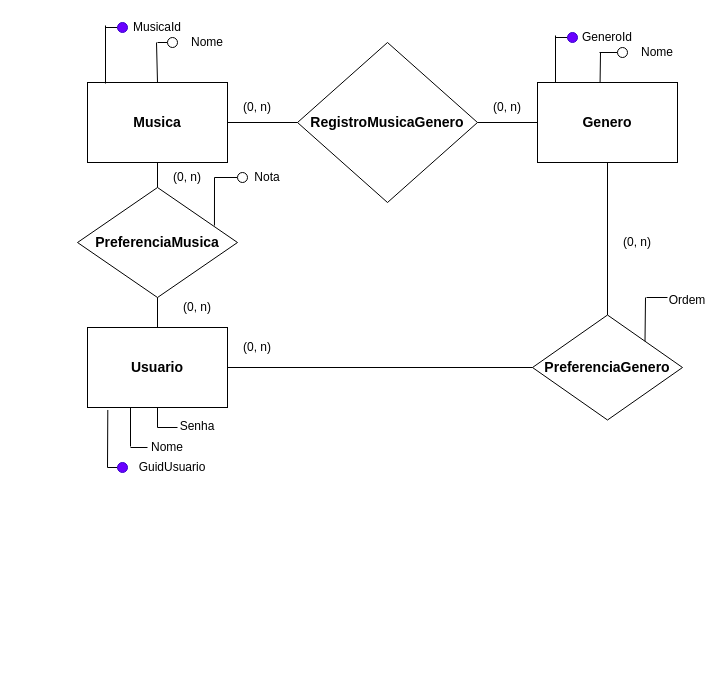
This is Logic Model.drawio from elnatantorres/recomendacao-de-musicas-db, a draw.io file, before an edit. Source tidied: cells renumbered, new cells numbered last; positions are measured from the earlier drawing's top-left corner, leaving out a move shared by most shapes. Both pictures are drawn from the tidied source at 100%, with x=0, y=0 at pixel (77, 17).
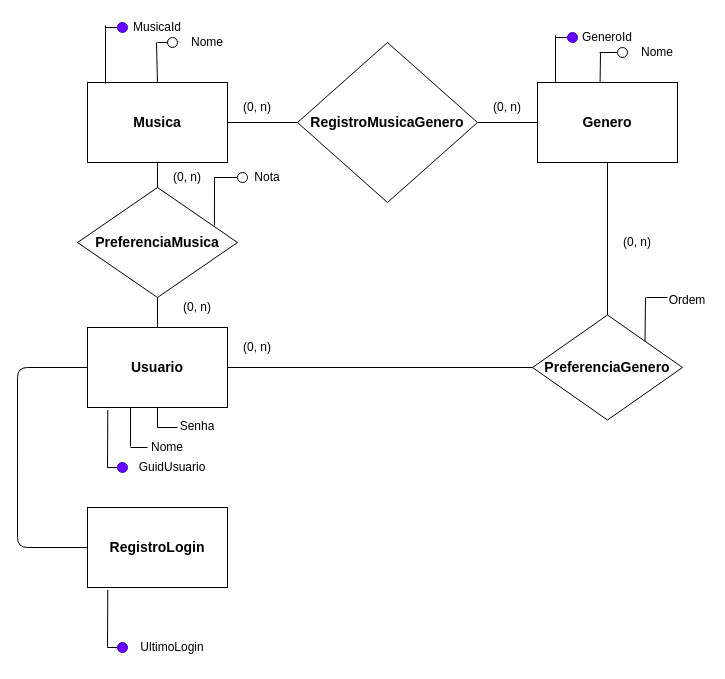
The same page after the edit.

Commit message (it also covers changes not shown here):
Update logic model

Unchanged cells that the change refers to:
```xml
<mxCell id="32" value="&lt;b&gt;&lt;font style=&quot;font-size: 14px&quot;&gt;Usuario&lt;/font&gt;&lt;/b&gt;" style="rounded=0;whiteSpace=wrap;html=1;" parent="1" vertex="1">
  <mxGeometry x="10" y="310" width="140" height="80" as="geometry" />
</mxCell>
```

Diff of the diagram source:
```diff
@@
+    <mxCell id="53" value="&lt;b&gt;&lt;font style=&quot;font-size: 14px&quot;&gt;RegistroLogin&lt;/font&gt;&lt;/b&gt;" style="rounded=0;whiteSpace=wrap;html=1;" parent="1" vertex="1">
+      <mxGeometry x="10" y="490" width="140" height="80" as="geometry" />
+    </mxCell>
+    <mxCell id="54" style="endArrow=none;html=1;exitX=0.145;exitY=1.031;exitDx=0;exitDy=0;exitPerimeter=0;" parent="1" edge="1" source="53">
+      <mxGeometry relative="1" as="geometry">
+        <mxPoint x="30" y="630" as="targetPoint" />
+      </mxGeometry>
+    </mxCell>
+    <mxCell id="55" style="endArrow=none;html=1;" parent="1" edge="1">
+      <mxGeometry relative="1" as="geometry">
+        <mxPoint x="30" y="630" as="sourcePoint" />
+        <mxPoint x="40" y="630" as="targetPoint" />
+      </mxGeometry>
+    </mxCell>
+    <mxCell id="56" style="ellipse;whiteSpace=wrap;html=1;fillColor=#6a00ff;strokeColor=#3700CC;fontColor=#ffffff;" parent="1" vertex="1">
+      <mxGeometry x="40" y="625" width="10" height="10" as="geometry" />
+    </mxCell>
+    <mxCell id="57" style="endArrow=none;html=1;entryX=0;entryY=0.5;entryDx=0;entryDy=0;exitX=0;exitY=0.5;exitDx=0;exitDy=0;" parent="1" edge="1" source="53" target="32">
+      <mxGeometry relative="1" as="geometry">
+        <Array as="points">
+          <mxPoint x="-60" y="530" />
+          <mxPoint x="-60" y="450" />
+          <mxPoint x="-60" y="350" />
+        </Array>
+      </mxGeometry>
+    </mxCell>
+    <mxCell id="58" value="UltimoLogin" style="text;html=1;strokeColor=none;fillColor=none;align=center;verticalAlign=middle;whiteSpace=wrap;rounded=0;rotation=0;" parent="1" vertex="1">
+      <mxGeometry x="75" y="615" width="40" height="30" as="geometry" />
+    </mxCell>
```
